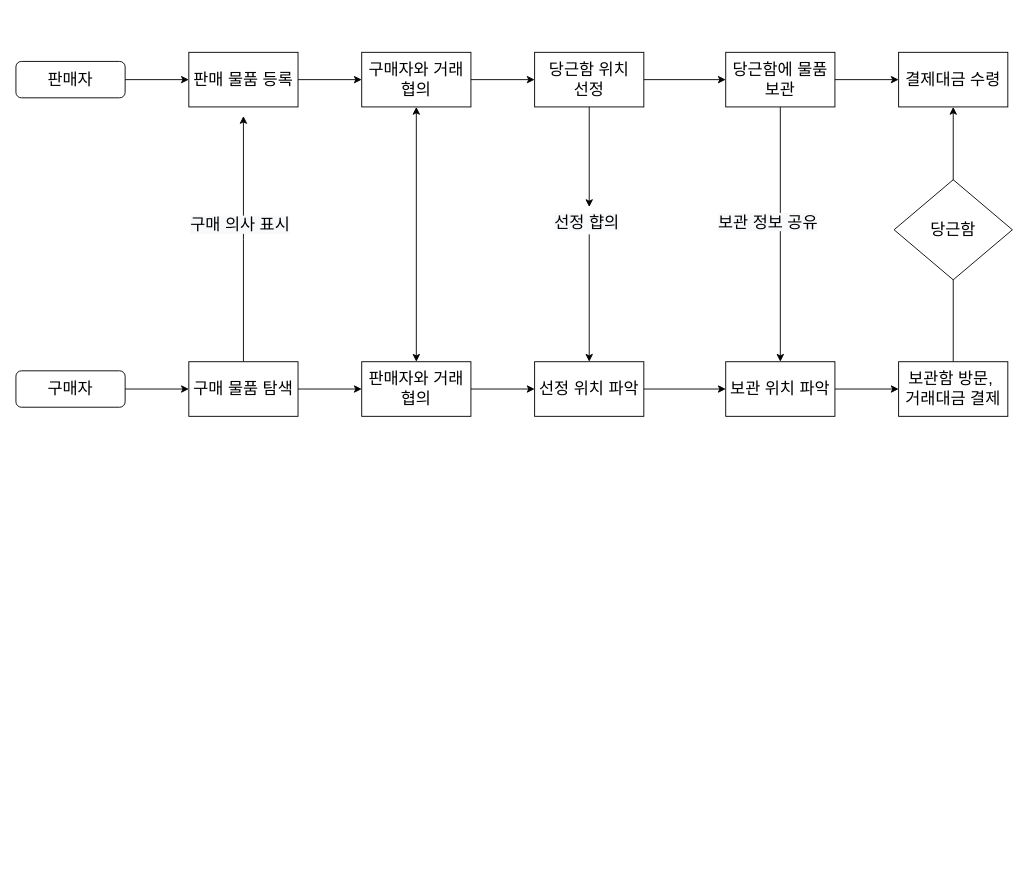
Earlier version of the draw.io diagram Untitled Diagram.drawio (Daseul-Kim/essay). Source tidied: cells renumbered, new cells numbered last; positions are measured from the earlier drawing's top-left corner, leaving out a move shared by most shapes. Both pictures are drawn from the tidied source at 91%, with x=0, y=0 at pixel (15, 52).
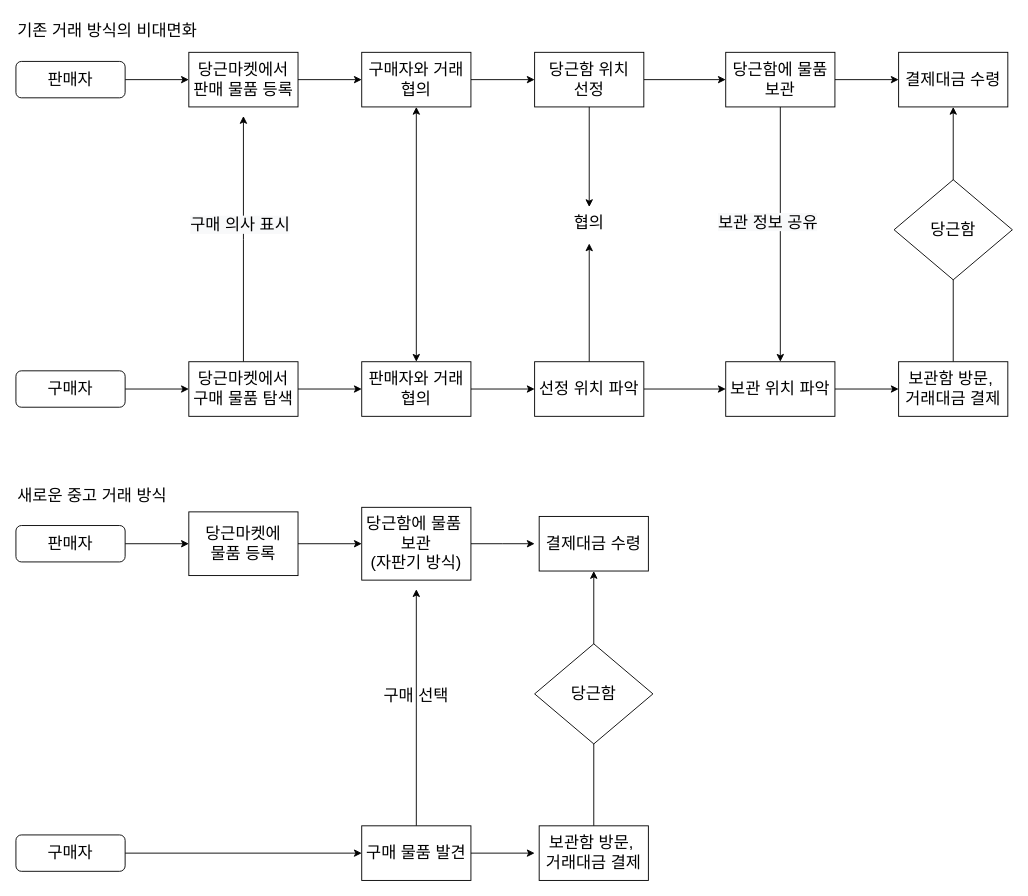
The same diagram, later.

The change refers to these unchanged cells:
```xml
<mxCell id="23" value="선정 위치 파악" style="rounded=0;whiteSpace=wrap;html=1;fontSize=18;" parent="1" vertex="1">
  <mxGeometry x="570" y="340" width="120" height="60" as="geometry" />
</mxCell>
```

What changed in the source:
```diff
@@
-    <mxCell id="7" value="판매 물품 등록" style="rounded=0;whiteSpace=wrap;html=1;fontSize=18;" parent="1" vertex="1">
+    <mxCell id="7" value="당근마켓에서&lt;br&gt;판매 물품 등록" style="rounded=0;whiteSpace=wrap;html=1;fontSize=18;" parent="1" vertex="1">
       <mxGeometry x="190" width="120" height="60" as="geometry" />
     </mxCell>
@@
-    <mxCell id="10" value="구매 물품 탐색" style="rounded=0;whiteSpace=wrap;html=1;fontSize=18;" parent="1" vertex="1">
+    <mxCell id="10" value="당근마켓에서 구매 물품 탐색" style="rounded=0;whiteSpace=wrap;html=1;fontSize=18;" parent="1" vertex="1">
       <mxGeometry x="190" y="340" width="120" height="60" as="geometry" />
     </mxCell>
@@
-    <mxCell id="13" style="edgeStyle=orthogonalEdgeStyle;rounded=0;jettySize=auto;html=1;entryX=0.5;entryY=0;entryDx=0;entryDy=0;fontSize=18;" parent="1" edge="1" source="32" target="23">
-      <mxGeometry relative="1" as="geometry" />
-    </mxCell>
@@
+    <mxCell id="34" style="edgeStyle=orthogonalEdgeStyle;rounded=0;jettySize=auto;html=1;fontSize=18;" parent="1" edge="1" source="23">
+      <mxGeometry relative="1" as="geometry">
+        <mxPoint x="630" y="210" as="targetPoint" />
+      </mxGeometry>
+    </mxCell>
@@
-    <mxCell id="32" value="&lt;span style=&quot;color: rgb(0, 0, 0); font-family: helvetica; font-size: 18px; font-style: normal; font-weight: 400; letter-spacing: normal; text-align: center; text-indent: 0px; text-transform: none; word-spacing: 0px; background-color: rgb(248, 249, 250); display: inline; float: none;&quot;&gt;선정 햡의&lt;/span&gt;" style="text;whiteSpace=wrap;html=1;fontSize=18;" parent="1" vertex="1">
+    <mxCell id="32" value="&lt;font face=&quot;helvetica&quot;&gt;협의&lt;/font&gt;" style="text;whiteSpace=wrap;html=1;fontSize=18;align=center;" parent="1" vertex="1">
       <mxGeometry x="590" y="170" width="80" height="30" as="geometry" />
     </mxCell>
@@
+    <mxCell id="35" value="&lt;div style=&quot;text-align: center&quot;&gt;&lt;font face=&quot;helvetica&quot;&gt;기존 거래 방식의 비대면화&lt;/font&gt;&lt;/div&gt;" style="text;whiteSpace=wrap;html=1;fontSize=18;" parent="1" vertex="1">
+      <mxGeometry y="-40" width="230" height="30" as="geometry" />
+    </mxCell>
+    <mxCell id="36" style="edgeStyle=orthogonalEdgeStyle;rounded=0;jettySize=auto;html=1;entryX=0;entryY=0.5;entryDx=0;entryDy=0;fontSize=18;" parent="1" edge="1" source="37" target="41">
+      <mxGeometry relative="1" as="geometry" />
+    </mxCell>
+    <mxCell id="37" value="판매자" style="rounded=1;whiteSpace=wrap;html=1;fontSize=18;glass=0;strokeWidth=1;shadow=0;" parent="1" vertex="1">
+      <mxGeometry y="520" width="120" height="40" as="geometry" />
+    </mxCell>
+    <mxCell id="38" style="edgeStyle=orthogonalEdgeStyle;rounded=0;jettySize=auto;html=1;entryX=0;entryY=0.5;entryDx=0;entryDy=0;fontSize=18;" parent="1" edge="1" source="39" target="43">
+      <mxGeometry relative="1" as="geometry" />
+    </mxCell>
+    <mxCell id="39" value="구매자" style="rounded=1;whiteSpace=wrap;html=1;fontSize=18;glass=0;strokeWidth=1;shadow=0;" parent="1" vertex="1">
+      <mxGeometry y="860" width="120" height="40" as="geometry" />
+    </mxCell>
+    <mxCell id="40" style="edgeStyle=orthogonalEdgeStyle;rounded=0;jettySize=auto;html=1;entryX=0;entryY=0.5;entryDx=0;entryDy=0;fontSize=18;" parent="1" edge="1" source="41" target="45">
+      <mxGeometry relative="1" as="geometry" />
+    </mxCell>
+    <mxCell id="41" value="당근마켓에 &lt;br&gt;물품 등록" style="rounded=0;whiteSpace=wrap;html=1;fontSize=18;" parent="1" vertex="1">
+      <mxGeometry x="190" y="505" width="120" height="70" as="geometry" />
+    </mxCell>
+    <mxCell id="42" style="edgeStyle=orthogonalEdgeStyle;rounded=0;jettySize=auto;html=1;fontSize=18;" parent="1" edge="1" source="43">
+      <mxGeometry relative="1" as="geometry">
+        <mxPoint x="440" y="590" as="targetPoint" />
+      </mxGeometry>
+    </mxCell>
+    <mxCell id="43" value="구매 물품 발견" style="rounded=0;whiteSpace=wrap;html=1;fontSize=18;" parent="1" vertex="1">
+      <mxGeometry x="380" y="850" width="120" height="60" as="geometry" />
+    </mxCell>
+    <mxCell id="44" style="edgeStyle=orthogonalEdgeStyle;rounded=0;jettySize=auto;html=1;entryX=0;entryY=0.5;entryDx=0;entryDy=0;fontSize=18;" parent="1" edge="1" source="45">
+      <mxGeometry relative="1" as="geometry">
+        <mxPoint x="570" y="540" as="targetPoint" />
+      </mxGeometry>
+    </mxCell>
+    <mxCell id="45" value="당근함에 물품&amp;nbsp; 보관&lt;br&gt;(자판기 방식)" style="rounded=0;whiteSpace=wrap;html=1;fontSize=18;" parent="1" vertex="1">
+      <mxGeometry x="380" y="500" width="120" height="80" as="geometry" />
+    </mxCell>
+    <mxCell id="46" style="edgeStyle=orthogonalEdgeStyle;rounded=0;orthogonalLoop=1;jettySize=auto;html=1;entryX=0;entryY=0.5;entryDx=0;entryDy=0;fontSize=18;" parent="1" edge="1">
+      <mxGeometry relative="1" as="geometry">
+        <mxPoint x="500" y="880" as="sourcePoint" />
+        <mxPoint x="570" y="880" as="targetPoint" />
+      </mxGeometry>
+    </mxCell>
+    <mxCell id="47" value="&lt;div style=&quot;text-align: center&quot;&gt;&lt;font face=&quot;helvetica&quot;&gt;새로운 중고 거래 방식&lt;/font&gt;&lt;/div&gt;" style="text;whiteSpace=wrap;html=1;fontSize=18;" parent="1" vertex="1">
+      <mxGeometry y="470" width="230" height="30" as="geometry" />
+    </mxCell>
+    <mxCell id="48" value="결제대금 수령" style="rounded=0;whiteSpace=wrap;html=1;fontSize=18;" parent="1" vertex="1">
+      <mxGeometry x="575" y="510" width="120" height="60" as="geometry" />
+    </mxCell>
+    <mxCell id="49" style="edgeStyle=orthogonalEdgeStyle;rounded=0;jettySize=auto;html=1;entryX=0.5;entryY=1;entryDx=0;entryDy=0;fontSize=18;" parent="1" edge="1" source="50" target="48">
+      <mxGeometry relative="1" as="geometry" />
+    </mxCell>
+    <mxCell id="50" value="보관함 방문,&amp;nbsp;&lt;br style=&quot;font-size: 18px;&quot;&gt;거래대금 결제" style="rounded=0;whiteSpace=wrap;html=1;fontSize=18;" parent="1" vertex="1">
+      <mxGeometry x="575" y="850" width="120" height="60" as="geometry" />
+    </mxCell>
+    <mxCell id="51" value="당근함" style="rhombus;whiteSpace=wrap;html=1;fontSize=18;" parent="1" vertex="1">
+      <mxGeometry x="570" y="650" width="130" height="110" as="geometry" />
+    </mxCell>
+    <mxCell id="52" value="&lt;font face=&quot;helvetica&quot;&gt;구매 선택&lt;/font&gt;" style="text;whiteSpace=wrap;html=1;fontSize=18;align=center;" parent="1" vertex="1">
+      <mxGeometry x="400" y="690" width="80" height="30" as="geometry" />
+    </mxCell>
```
